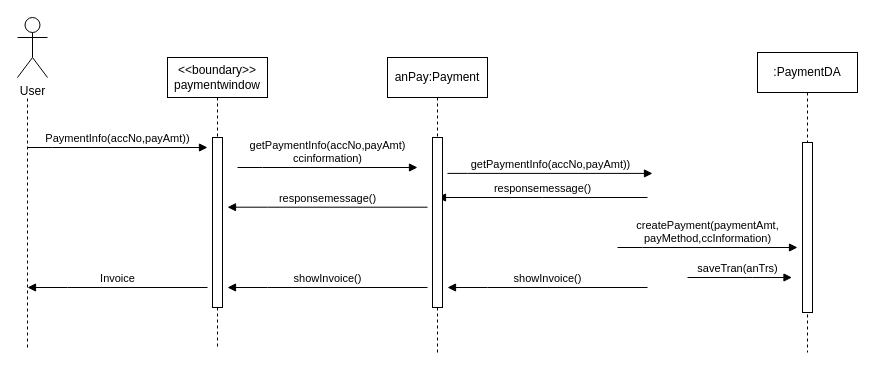
The draw.io diagram seqassignemnt.drawio in LordDdanielHan/test, before the edit. Source tidied: cells renumbered, new cells numbered last; positions are measured from the earlier drawing's top-left corner, leaving out a move shared by most shapes. Both pictures are drawn from the tidied source at 100%, with x=0, y=0 at pixel (17, 17).
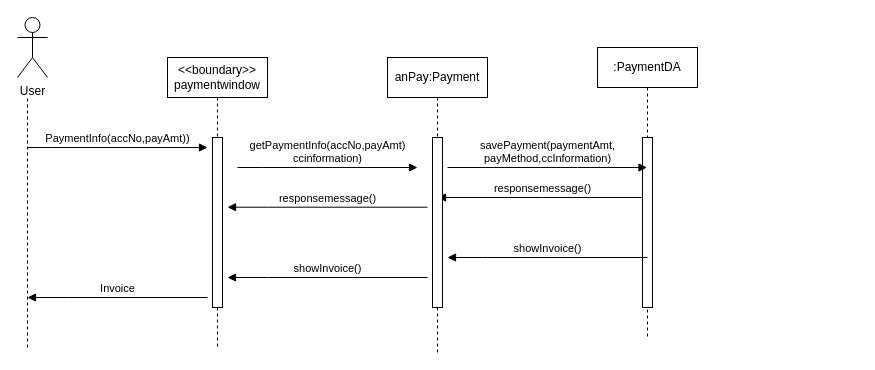
The same diagram, later.

Diff of the diagram source:
```diff
@@
     <mxCell id="8" value="showInvoice()" style="html=1;verticalAlign=bottom;endArrow=block;edgeStyle=elbowEdgeStyle;elbow=vertical;curved=0;rounded=0;" parent="1" edge="1">
       <mxGeometry relative="1" as="geometry">
-        <mxPoint x="410" y="270" as="sourcePoint" />
-        <mxPoint x="210" y="270" as="targetPoint" />
+        <mxPoint x="410" y="260" as="sourcePoint" />
+        <mxPoint x="210" y="260" as="targetPoint" />
         <Array as="points">
-          <mxPoint x="250" y="270" />
+          <mxPoint x="250" y="260" />
         </Array>
       </mxGeometry>
     </mxCell>
     <mxCell id="9" value=":PaymentDA" style="shape=umlLifeline;perimeter=lifelinePerimeter;whiteSpace=wrap;html=1;outlineConnect=0;portConstraint=eastwest;newEdgeStyle={&quot;edgeStyle&quot;:&quot;elbowEdgeStyle&quot;,&quot;elbow&quot;:&quot;vertical&quot;,&quot;curved&quot;:0,&quot;rounded&quot;:0};" parent="1" vertex="1">
-      <mxGeometry x="740" y="35" width="100" height="300" as="geometry" />
+      <mxGeometry x="580" y="30" width="100" height="290" as="geometry" />
     </mxCell>
@@
-    <mxCell id="11" value="createPayment(paymentAmt,&lt;br&gt;payMethod,ccInformation)" style="html=1;verticalAlign=bottom;endArrow=block;edgeStyle=elbowEdgeStyle;elbow=vertical;curved=0;rounded=0;" parent="1" edge="1">
+    <mxCell id="11" value="savePayment(paymentAmt,&lt;br&gt;payMethod,ccInformation)" style="html=1;verticalAlign=bottom;endArrow=block;edgeStyle=elbowEdgeStyle;elbow=vertical;curved=0;rounded=0;" parent="1" edge="1" target="9">
       <mxGeometry relative="1" as="geometry">
-        <mxPoint x="600" y="230" as="sourcePoint" />
-        <mxPoint x="780" y="230" as="targetPoint" />
+        <mxPoint x="430" y="150" as="sourcePoint" />
         <Array as="points">
-          <mxPoint x="625" y="230" />
+          <mxPoint x="560" y="150" />
+          <mxPoint x="510" y="150" />
+          <mxPoint x="455" y="150" />
         </Array>
       </mxGeometry>
     </mxCell>
-    <mxCell id="12" value="saveTran(anTrs)" style="html=1;verticalAlign=bottom;endArrow=block;edgeStyle=elbowEdgeStyle;elbow=vertical;curved=0;rounded=0;" parent="1" edge="1">
-      <mxGeometry x="-0.04" relative="1" as="geometry">
-        <mxPoint x="670" y="260" as="sourcePoint" />
-        <mxPoint x="774.5" y="260" as="targetPoint" />
-        <Array as="points">
-          <mxPoint x="735.1" y="260" />
-          <mxPoint x="710.1" y="255" />
-        </Array>
-      </mxGeometry>
-    </mxCell>
@@
-    <mxCell id="17" value="getPaymentInfo(accNo,payAmt))" style="html=1;verticalAlign=bottom;endArrow=block;edgeStyle=elbowEdgeStyle;elbow=vertical;curved=0;rounded=0;" parent="1" edge="1">
-      <mxGeometry relative="1" as="geometry">
-        <mxPoint x="430" y="155.9" as="sourcePoint" />
-        <mxPoint x="635" y="155.9" as="targetPoint" />
-        <Array as="points">
-          <mxPoint x="450" y="155.9" />
-          <mxPoint x="465" y="128.9" />
-        </Array>
-      </mxGeometry>
-    </mxCell>
     <mxCell id="18" value="Invoice" style="html=1;verticalAlign=bottom;endArrow=block;edgeStyle=elbowEdgeStyle;elbow=vertical;curved=0;rounded=0;" parent="1" edge="1">
       <mxGeometry relative="1" as="geometry">
-        <mxPoint x="190" y="270" as="sourcePoint" />
-        <mxPoint x="10" y="270" as="targetPoint" />
+        <mxPoint x="190" y="280" as="sourcePoint" />
+        <mxPoint x="10" y="280" as="targetPoint" />
         <Array as="points">
-          <mxPoint x="50" y="270" />
+          <mxPoint x="50" y="280" />
         </Array>
       </mxGeometry>
     </mxCell>
     <mxCell id="19" value="showInvoice()" style="html=1;verticalAlign=bottom;endArrow=block;edgeStyle=elbowEdgeStyle;elbow=vertical;curved=0;rounded=0;" parent="1" edge="1">
       <mxGeometry relative="1" as="geometry">
-        <mxPoint x="630" y="270" as="sourcePoint" />
-        <mxPoint x="430" y="270" as="targetPoint" />
+        <mxPoint x="630" y="240" as="sourcePoint" />
+        <mxPoint x="430" y="240" as="targetPoint" />
         <Array as="points">
-          <mxPoint x="470" y="270" />
+          <mxPoint x="470" y="240" />
         </Array>
       </mxGeometry>
     </mxCell>
```
